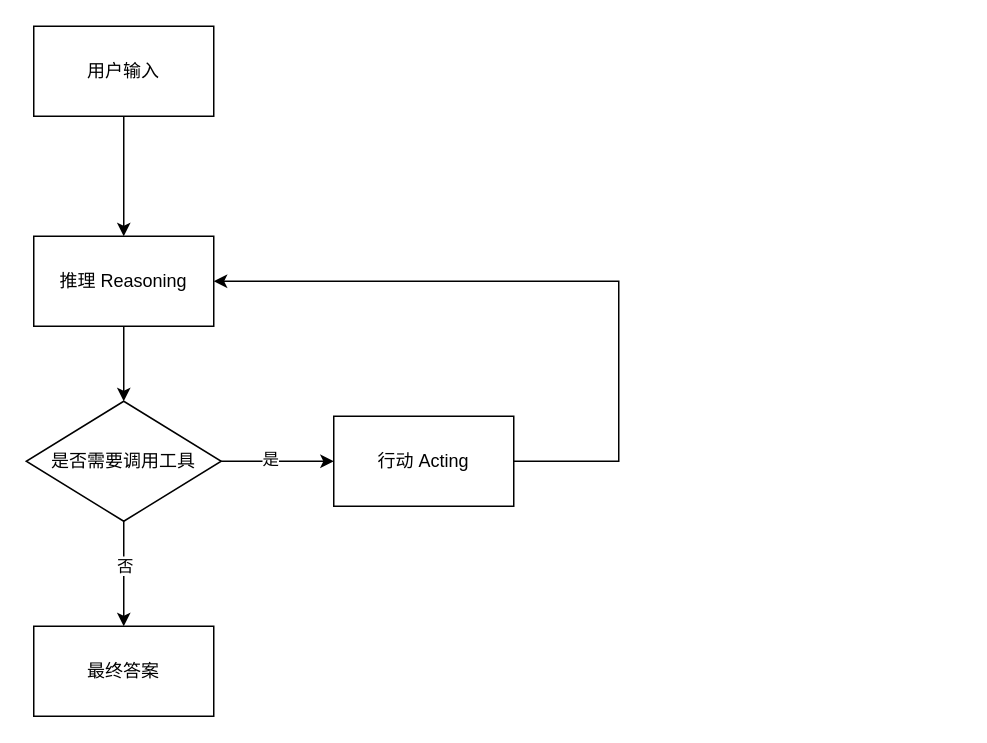
This is LLM/Agent运行模式.drawio from jayouths/drawio_Repository, a draw.io file, before an edit. Source tidied: cells renumbered, new cells numbered last; positions are measured from the earlier drawing's top-left corner, leaving out a move shared by most shapes. Both pictures are drawn from the tidied source at 150%, with x=0, y=0 at pixel (26, 26).
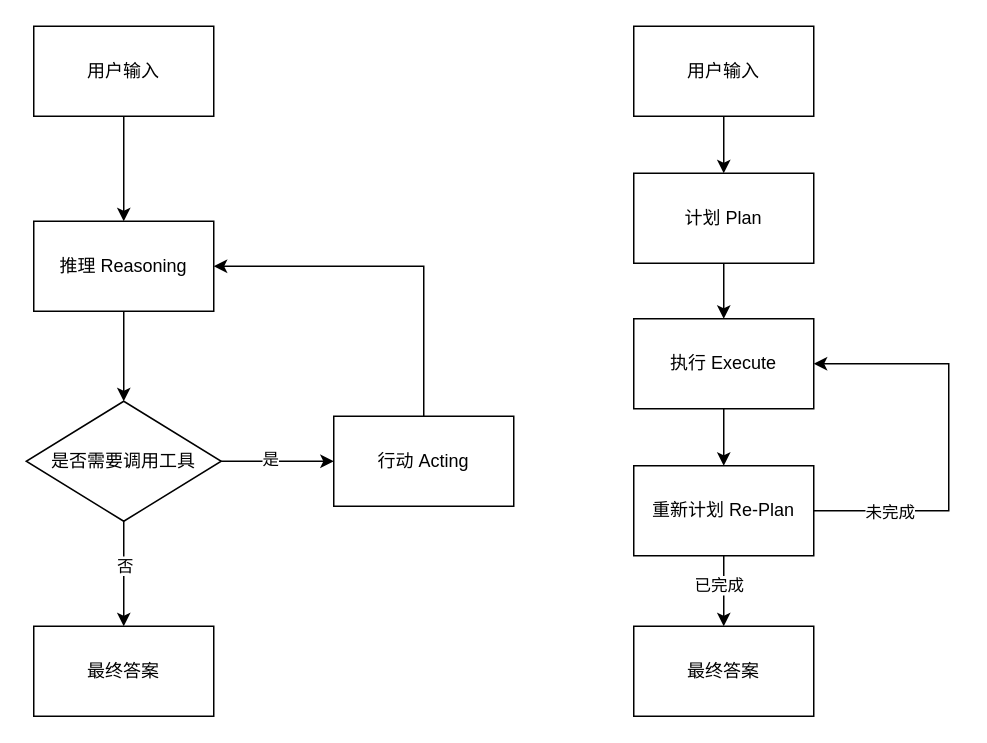
The same page after the edit.

Commit message:
更新Agent运行模式.drawio

The change refers to these unchanged cells:
```xml
<mxCell id="12" value="行动 Acting" style="whiteSpace=wrap;html=1;" parent="1" vertex="1">
  <mxGeometry x="205" y="260" width="120" height="60" as="geometry" />
</mxCell>
```

The edit, as a diff of the source:
```diff
@@
-<mxGraphModel>
+<mxGraphModel background="#ffffff">
@@
     <mxCell id="5" value="推理 Reasoning" style="rounded=0;whiteSpace=wrap;html=1;" parent="1" vertex="1">
-      <mxGeometry x="5" y="140" width="120" height="60" as="geometry" />
+      <mxGeometry x="5" y="130" width="120" height="60" as="geometry" />
     </mxCell>
@@
-    <mxCell id="11" style="edgeStyle=orthogonalEdgeStyle;rounded=0;jettySize=auto;html=1;entryX=1;entryY=0.5;entryDx=0;entryDy=0;" parent="1" edge="1" source="12" target="5">
+    <mxCell id="11" style="edgeStyle=orthogonalEdgeStyle;rounded=0;jettySize=auto;html=1;entryX=1;entryY=0.5;entryDx=0;entryDy=0;exitX=0.5;exitY=0;exitDx=0;exitDy=0;" parent="1" edge="1" source="12" target="5">
       <mxGeometry relative="1" as="geometry">
         <Array as="points">
-          <mxPoint x="395" y="290" />
-          <mxPoint x="395" y="170" />
+          <mxPoint x="265" y="160" />
         </Array>
       </mxGeometry>
     </mxCell>
@@
+    <mxCell id="14" style="edgeStyle=orthogonalEdgeStyle;rounded=0;jettySize=auto;html=1;" parent="1" edge="1" source="15" target="17">
+      <mxGeometry relative="1" as="geometry" />
+    </mxCell>
+    <mxCell id="15" value="用户输入" style="rounded=0;whiteSpace=wrap;html=1;" parent="1" vertex="1">
+      <mxGeometry x="405" width="120" height="60" as="geometry" />
+    </mxCell>
+    <mxCell id="16" style="edgeStyle=orthogonalEdgeStyle;rounded=0;jettySize=auto;html=1;" parent="1" edge="1" source="17" target="19">
+      <mxGeometry relative="1" as="geometry" />
+    </mxCell>
+    <mxCell id="17" value="计划 Plan" style="rounded=0;whiteSpace=wrap;html=1;" parent="1" vertex="1">
+      <mxGeometry x="405" y="98" width="120" height="60" as="geometry" />
+    </mxCell>
+    <mxCell id="18" style="edgeStyle=orthogonalEdgeStyle;rounded=0;jettySize=auto;html=1;exitX=0.5;exitY=1;exitDx=0;exitDy=0;entryX=0.5;entryY=0;entryDx=0;entryDy=0;" parent="1" edge="1" source="19" target="24">
+      <mxGeometry relative="1" as="geometry" />
+    </mxCell>
+    <mxCell id="19" value="执行 Execute" style="rounded=0;whiteSpace=wrap;html=1;" parent="1" vertex="1">
+      <mxGeometry x="405" y="195" width="120" height="60" as="geometry" />
+    </mxCell>
+    <mxCell id="20" style="edgeStyle=orthogonalEdgeStyle;rounded=0;jettySize=auto;html=1;exitX=1;exitY=0.5;exitDx=0;exitDy=0;entryX=1;entryY=0.5;entryDx=0;entryDy=0;" parent="1" edge="1" source="24" target="19">
+      <mxGeometry relative="1" as="geometry">
+        <Array as="points">
+          <mxPoint x="615" y="323" />
+          <mxPoint x="615" y="225" />
+        </Array>
+      </mxGeometry>
+    </mxCell>
+    <mxCell id="21" value="未完成" style="edgeLabel;html=1;align=center;verticalAlign=middle;" parent="20" vertex="1">
+      <mxGeometry x="-0.72" y="1" relative="1" as="geometry">
+        <mxPoint x="11" y="1" as="offset" />
+      </mxGeometry>
+    </mxCell>
+    <mxCell id="22" style="edgeStyle=orthogonalEdgeStyle;rounded=0;jettySize=auto;html=1;" parent="1" edge="1" source="24" target="25">
+      <mxGeometry relative="1" as="geometry" />
+    </mxCell>
+    <mxCell id="23" value="已完成" style="edgeLabel;html=1;align=center;verticalAlign=middle;" parent="22" vertex="1">
+      <mxGeometry x="-0.06" y="-2" relative="1" as="geometry">
+        <mxPoint x="-2" y="-3" as="offset" />
+      </mxGeometry>
+    </mxCell>
+    <mxCell id="24" value="重新计划 Re-Plan" style="rounded=0;whiteSpace=wrap;html=1;" parent="1" vertex="1">
+      <mxGeometry x="405" y="293" width="120" height="60" as="geometry" />
+    </mxCell>
+    <mxCell id="25" value="最终答案" style="rounded=0;whiteSpace=wrap;html=1;" parent="1" vertex="1">
+      <mxGeometry x="405" y="400" width="120" height="60" as="geometry" />
+    </mxCell>
```
